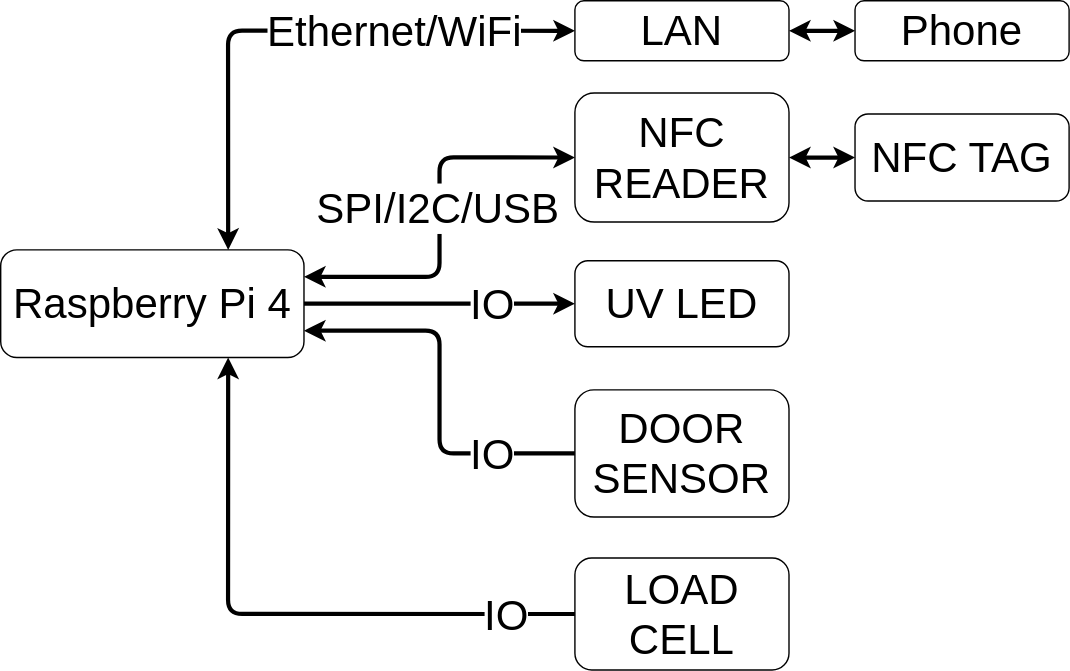
The draw.io diagram images/boxofhope_systemdiagram.svg in iwishiwasaneagle/boxofhope, before a commit. Source tidied: cells renumbered, new cells last; positions are measured from the earlier drawing's top-left corner, leaving out a move shared by most shapes.
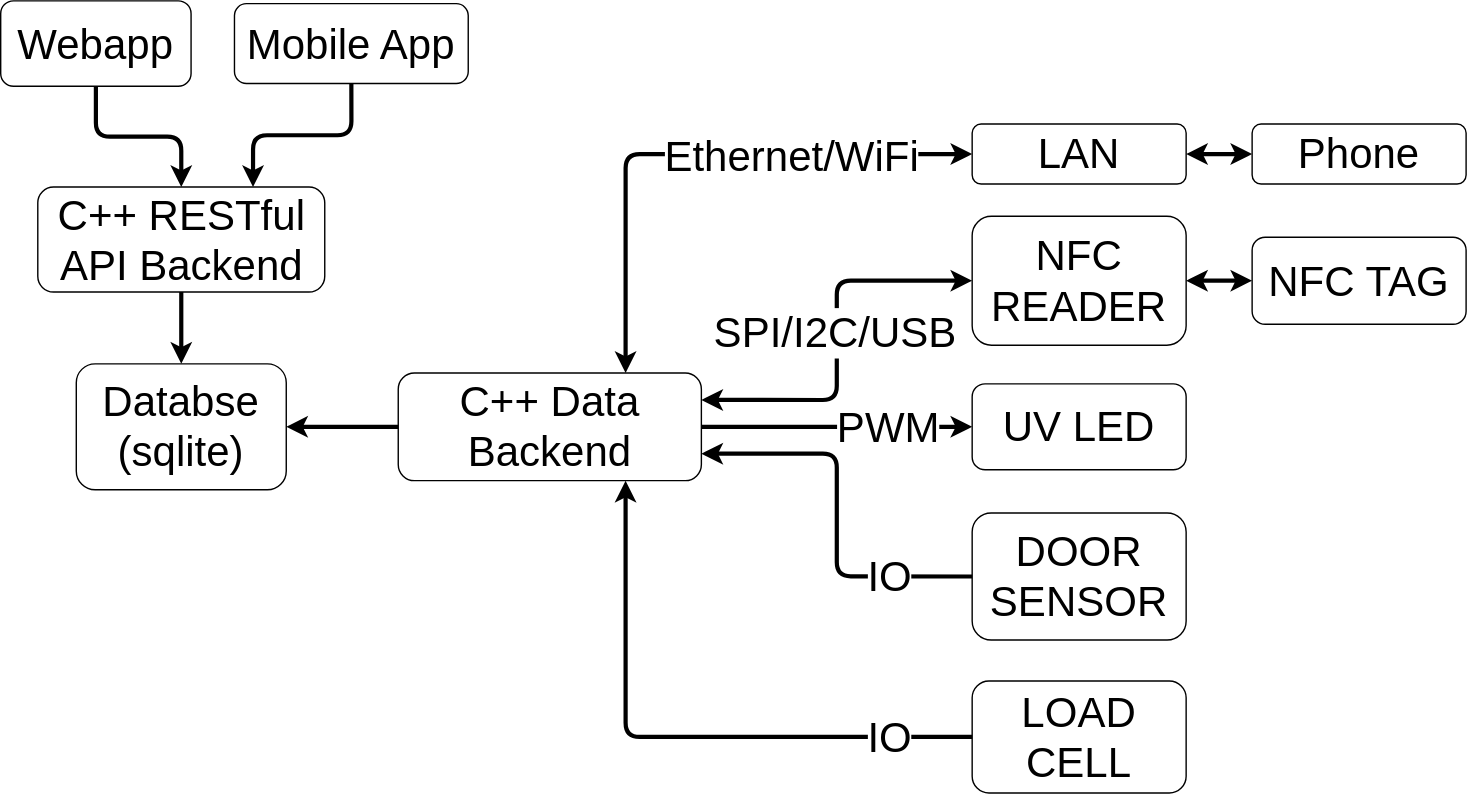
After the commit.

Commit message:
Updated with broader system diagram

What changed in the source:
```diff
@@ -2,73 +2,105 @@
   <root>
     <mxCell id="0" />
     <mxCell id="1" parent="0" />
+    <mxCell id="22" style="group;rounded=1;" parent="1" vertex="1">
+      <mxGeometry x="1230" y="120" width="762.9" height="477.9" as="geometry" />
+    </mxCell>
-    <mxCell id="2" value="Raspberry Pi 4" style="whiteSpace=wrap;html=1;rounded=1;shadow=0;fontSize=30;fontStyle=0;" parent="1" vertex="1">
+    <mxCell id="2" value="C++ Data Backend" style="whiteSpace=wrap;html=1;shadow=0;fontSize=30;fontStyle=0;rounded=1;" parent="22" vertex="1">
       <mxGeometry y="177.9" width="216.6" height="76.9" as="geometry" />
     </mxCell>
-    <mxCell id="3" value="LAN" style="whiteSpace=wrap;html=1;rounded=1;shadow=0;fontSize=30;fontStyle=0;" parent="1" vertex="1">
+    <mxCell id="3" value="LAN" style="whiteSpace=wrap;html=1;shadow=0;fontSize=30;fontStyle=0;rounded=1;" parent="22" vertex="1">
       <mxGeometry x="410" width="152.9" height="42.9" as="geometry" />
     </mxCell>
-    <mxCell id="4" style="edgeStyle=orthogonalEdgeStyle;jettySize=auto;html=1;exitX=0.75;exitY=0;exitDx=0;exitDy=0;entryX=0;entryY=0.5;entryDx=0;entryDy=0;startArrow=classic;startFill=1;shadow=0;strokeWidth=3;" parent="1" edge="1" source="2" target="3">
+    <mxCell id="4" style="edgeStyle=orthogonalEdgeStyle;jettySize=auto;html=1;exitX=0.75;exitY=0;exitDx=0;exitDy=0;entryX=0;entryY=0.5;entryDx=0;entryDy=0;startArrow=classic;startFill=1;shadow=0;strokeWidth=3;" parent="22" edge="1" source="2" target="3">
       <mxGeometry y="-382.1" as="geometry" />
     </mxCell>
-    <mxCell id="5" value="Ethernet/WiFi" style="edgeLabel;html=1;align=center;verticalAlign=middle;rounded=1;shadow=0;fontSize=30;" parent="4" vertex="1">
+    <mxCell id="5" value="Ethernet/WiFi" style="edgeLabel;html=1;align=center;verticalAlign=middle;shadow=0;fontSize=30;rounded=1;" parent="4" vertex="1">
       <mxGeometry x="-0.27" y="1" relative="1" as="geometry">
         <mxPoint x="118.7" y="-8.1" as="offset" />
       </mxGeometry>
     </mxCell>
-    <mxCell id="6" value="Phone" style="whiteSpace=wrap;html=1;rounded=1;shadow=0;fontSize=30;fontStyle=0;" parent="1" vertex="1">
+    <mxCell id="6" value="Phone" style="whiteSpace=wrap;html=1;shadow=0;fontSize=30;fontStyle=0;rounded=1;" parent="22" vertex="1">
       <mxGeometry x="610" width="152.9" height="42.9" as="geometry" />
     </mxCell>
-    <mxCell id="7" style="edgeStyle=orthogonalEdgeStyle;jettySize=auto;html=1;exitX=1;exitY=0.5;exitDx=0;exitDy=0;entryX=0;entryY=0.5;entryDx=0;entryDy=0;startArrow=classic;startFill=1;shadow=0;strokeWidth=3;" parent="1" edge="1" source="3" target="6">
+    <mxCell id="7" style="edgeStyle=orthogonalEdgeStyle;jettySize=auto;html=1;exitX=1;exitY=0.5;exitDx=0;exitDy=0;entryX=0;entryY=0.5;entryDx=0;entryDy=0;startArrow=classic;startFill=1;shadow=0;strokeWidth=3;" parent="22" edge="1" source="3" target="6">
       <mxGeometry y="-382.1" as="geometry" />
     </mxCell>
-    <mxCell id="8" value="&lt;div style=&quot;font-size: 30px;&quot;&gt;NFC READER&lt;/div&gt;" style="whiteSpace=wrap;html=1;rounded=1;shadow=0;fontSize=30;fontStyle=0;" parent="1" vertex="1">
+    <mxCell id="8" value="&lt;div style=&quot;font-size: 30px;&quot;&gt;NFC READER&lt;/div&gt;" style="whiteSpace=wrap;html=1;shadow=0;fontSize=30;fontStyle=0;rounded=1;" parent="22" vertex="1">
       <mxGeometry x="410" y="65.9" width="152.9" height="92.1" as="geometry" />
     </mxCell>
-    <mxCell id="9" style="edgeStyle=orthogonalEdgeStyle;jettySize=auto;html=1;exitX=1;exitY=0.25;exitDx=0;exitDy=0;entryX=0;entryY=0.5;entryDx=0;entryDy=0;startArrow=classic;startFill=1;shadow=0;strokeWidth=3;" parent="1" edge="1" source="2" target="8">
+    <mxCell id="9" style="edgeStyle=orthogonalEdgeStyle;jettySize=auto;html=1;exitX=1;exitY=0.25;exitDx=0;exitDy=0;entryX=0;entryY=0.5;entryDx=0;entryDy=0;startArrow=classic;startFill=1;shadow=0;strokeWidth=3;" parent="22" edge="1" source="2" target="8">
       <mxGeometry y="-382.1" as="geometry" />
     </mxCell>
-    <mxCell id="10" value="SPI/I2C/USB" style="edgeLabel;html=1;align=center;verticalAlign=middle;rounded=1;shadow=0;fontSize=30;" parent="9" vertex="1">
+    <mxCell id="10" value="SPI/I2C/USB" style="edgeLabel;html=1;align=center;verticalAlign=middle;shadow=0;fontSize=30;rounded=1;" parent="9" vertex="1">
       <mxGeometry x="0.05" y="2" relative="1" as="geometry" />
     </mxCell>
-    <mxCell id="11" value="NFC TAG" style="whiteSpace=wrap;html=1;rounded=1;shadow=0;fontSize=30;fontStyle=0;" parent="1" vertex="1">
+    <mxCell id="11" value="NFC TAG" style="whiteSpace=wrap;html=1;shadow=0;fontSize=30;fontStyle=0;rounded=1;" parent="22" vertex="1">
       <mxGeometry x="610" y="80.9" width="152.9" height="62.1" as="geometry" />
     </mxCell>
-    <mxCell id="12" style="edgeStyle=orthogonalEdgeStyle;jettySize=auto;html=1;exitX=1;exitY=0.5;exitDx=0;exitDy=0;entryX=0;entryY=0.5;entryDx=0;entryDy=0;startArrow=classic;startFill=1;shadow=0;strokeWidth=3;" parent="1" edge="1" source="8" target="11">
+    <mxCell id="12" style="edgeStyle=orthogonalEdgeStyle;jettySize=auto;html=1;exitX=1;exitY=0.5;exitDx=0;exitDy=0;entryX=0;entryY=0.5;entryDx=0;entryDy=0;startArrow=classic;startFill=1;shadow=0;strokeWidth=3;" parent="22" edge="1" source="8" target="11">
       <mxGeometry y="-382.1" as="geometry" />
     </mxCell>
-    <mxCell id="13" value="UV LED" style="whiteSpace=wrap;html=1;rounded=1;shadow=0;fontSize=30;fontStyle=0;" parent="1" vertex="1">
+    <mxCell id="13" value="UV LED" style="whiteSpace=wrap;html=1;shadow=0;fontSize=30;fontStyle=0;rounded=1;" parent="22" vertex="1">
       <mxGeometry x="410" y="185.6" width="152.9" height="61.4" as="geometry" />
     </mxCell>
-    <mxCell id="14" style="edgeStyle=orthogonalEdgeStyle;jettySize=auto;html=1;exitX=1;exitY=0.5;exitDx=0;exitDy=0;entryX=0;entryY=0.5;entryDx=0;entryDy=0;startArrow=none;startFill=0;shadow=0;strokeWidth=3;" parent="1" edge="1" source="2" target="13">
-      <mxGeometry y="-382.1" as="geometry" />
+    <mxCell id="14" style="edgeStyle=orthogonalEdgeStyle;jettySize=auto;html=1;exitX=1;exitY=0.5;exitDx=0;exitDy=0;entryX=0;entryY=0.5;entryDx=0;entryDy=0;startArrow=none;startFill=0;shadow=0;strokeWidth=3;" parent="22" edge="1" source="2" target="13">
+      <mxGeometry y="-382.1" as="geometry">
+        <Array as="points">
+          <mxPoint x="270" y="216" />
+          <mxPoint x="270" y="216" />
+        </Array>
+      </mxGeometry>
     </mxCell>
-    <mxCell id="15" value="IO" style="edgeLabel;html=1;align=center;verticalAlign=middle;rounded=1;shadow=0;fontSize=30;" parent="14" vertex="1">
+    <mxCell id="15" value="PWM" style="edgeLabel;html=1;align=center;verticalAlign=middle;shadow=0;fontSize=30;rounded=1;" parent="14" vertex="1">
       <mxGeometry x="-0.14" y="-1" relative="1" as="geometry">
         <mxPoint x="50.1" y="-1.1" as="offset" />
       </mxGeometry>
     </mxCell>
-    <mxCell id="16" value="DOOR SENSOR" style="whiteSpace=wrap;html=1;rounded=1;shadow=0;fontSize=30;fontStyle=0;" parent="1" vertex="1">
+    <mxCell id="16" value="DOOR SENSOR" style="whiteSpace=wrap;html=1;shadow=0;fontSize=30;fontStyle=0;rounded=1;" parent="22" vertex="1">
       <mxGeometry x="410" y="277.9" width="152.9" height="90.7" as="geometry" />
     </mxCell>
-    <mxCell id="17" style="edgeStyle=orthogonalEdgeStyle;jettySize=auto;html=1;exitX=1;exitY=0.75;exitDx=0;exitDy=0;entryX=0;entryY=0.5;entryDx=0;entryDy=0;startArrow=classic;startFill=1;endArrow=none;endFill=0;shadow=0;strokeWidth=3;" parent="1" edge="1" source="2" target="16">
+    <mxCell id="17" style="edgeStyle=orthogonalEdgeStyle;jettySize=auto;html=1;exitX=1;exitY=0.75;exitDx=0;exitDy=0;entryX=0;entryY=0.5;entryDx=0;entryDy=0;startArrow=classic;startFill=1;endArrow=none;endFill=0;shadow=0;strokeWidth=3;" parent="22" edge="1" source="2" target="16">
       <mxGeometry y="-382.1" as="geometry" />
     </mxCell>
-    <mxCell id="18" value="IO" style="edgeLabel;html=1;align=center;verticalAlign=middle;rounded=1;shadow=0;fontSize=30;" parent="17" vertex="1">
+    <mxCell id="18" value="IO" style="edgeLabel;html=1;align=center;verticalAlign=middle;shadow=0;fontSize=30;rounded=1;" parent="17" vertex="1">
       <mxGeometry x="-0.11" relative="1" as="geometry">
         <mxPoint x="36.7" y="59.5" as="offset" />
       </mxGeometry>
     </mxCell>
-    <mxCell id="19" value="LOAD CELL" style="whiteSpace=wrap;html=1;rounded=1;shadow=0;fontSize=30;fontStyle=0;" parent="1" vertex="1">
+    <mxCell id="19" value="LOAD CELL" style="whiteSpace=wrap;html=1;shadow=0;fontSize=30;fontStyle=0;rounded=1;" parent="22" vertex="1">
       <mxGeometry x="410" y="397.9" width="152.9" height="80" as="geometry" />
     </mxCell>
-    <mxCell id="20" style="edgeStyle=orthogonalEdgeStyle;jettySize=auto;html=1;exitX=0.75;exitY=1;exitDx=0;exitDy=0;entryX=0;entryY=0.5;entryDx=0;entryDy=0;startArrow=classic;startFill=1;endArrow=none;endFill=0;shadow=0;strokeWidth=3;" parent="1" edge="1" source="2" target="19">
+    <mxCell id="20" style="edgeStyle=orthogonalEdgeStyle;jettySize=auto;html=1;exitX=0.75;exitY=1;exitDx=0;exitDy=0;entryX=0;entryY=0.5;entryDx=0;entryDy=0;startArrow=classic;startFill=1;endArrow=none;endFill=0;shadow=0;strokeWidth=3;" parent="22" edge="1" source="2" target="19">
       <mxGeometry y="-382.1" as="geometry" />
     </mxCell>
-    <mxCell id="21" value="&lt;div style=&quot;font-size: 30px;&quot;&gt;IO&lt;/div&gt;" style="edgeLabel;html=1;align=center;verticalAlign=middle;rounded=1;shadow=0;fontSize=30;" parent="20" vertex="1">
+    <mxCell id="21" value="&lt;div style=&quot;font-size: 30px;&quot;&gt;IO&lt;/div&gt;" style="edgeLabel;html=1;align=center;verticalAlign=middle;shadow=0;fontSize=30;rounded=1;" parent="20" vertex="1">
       <mxGeometry x="-0.39" y="-2" relative="1" as="geometry">
-        <mxPoint x="199.6" y="51.4" as="offset" />
+        <mxPoint x="189.6" y="51.4" as="offset" />
       </mxGeometry>
     </mxCell>
+    <mxCell id="23" value="&lt;div style=&quot;font-size: 30px&quot;&gt;&lt;font style=&quot;font-size: 30px&quot;&gt;Databse&lt;/font&gt;&lt;/div&gt;&lt;div style=&quot;font-size: 30px&quot;&gt;&lt;font style=&quot;font-size: 30px&quot;&gt;(sqlite)&lt;br&gt;&lt;/font&gt;&lt;/div&gt;" style="whiteSpace=wrap;html=1;rounded=1;" parent="1" vertex="1">
+      <mxGeometry x="1000" y="291.3" width="150" height="90" as="geometry" />
+    </mxCell>
+    <mxCell id="24" style="edgeStyle=orthogonalEdgeStyle;jettySize=auto;html=1;exitX=0;exitY=0.5;exitDx=0;exitDy=0;strokeWidth=3;" parent="1" edge="1" source="2" target="23">
+      <mxGeometry relative="1" as="geometry" />
+    </mxCell>
+    <mxCell id="25" style="edgeStyle=orthogonalEdgeStyle;jettySize=auto;html=1;exitX=0.5;exitY=1;exitDx=0;exitDy=0;strokeWidth=3;" parent="1" edge="1" source="26" target="23">
+      <mxGeometry relative="1" as="geometry" />
+    </mxCell>
+    <mxCell id="26" value="&lt;div style=&quot;font-size: 30px&quot;&gt;&lt;font style=&quot;font-size: 30px&quot;&gt;C++ RESTful API Backend&lt;br&gt;&lt;/font&gt;&lt;/div&gt;" style="whiteSpace=wrap;html=1;rounded=1;" parent="1" vertex="1">
+      <mxGeometry x="972.5" y="165" width="205" height="75" as="geometry" />
+    </mxCell>
+    <mxCell id="27" style="edgeStyle=orthogonalEdgeStyle;jettySize=auto;html=1;exitX=0.5;exitY=1;exitDx=0;exitDy=0;entryX=0.5;entryY=0;entryDx=0;entryDy=0;strokeWidth=3;" parent="1" edge="1" source="28" target="26">
+      <mxGeometry relative="1" as="geometry" />
+    </mxCell>
+    <mxCell id="28" value="&lt;font style=&quot;font-size: 30px&quot;&gt;Webapp&lt;/font&gt;" style="whiteSpace=wrap;html=1;rounded=1;" parent="1" vertex="1">
+      <mxGeometry x="946" y="32" width="136" height="61" as="geometry" />
+    </mxCell>
+    <mxCell id="29" style="edgeStyle=orthogonalEdgeStyle;jettySize=auto;html=1;exitX=0.5;exitY=1;exitDx=0;exitDy=0;entryX=0.75;entryY=0;entryDx=0;entryDy=0;strokeWidth=3;" parent="1" edge="1" source="30" target="26">
+      <mxGeometry relative="1" as="geometry" />
+    </mxCell>
+    <mxCell id="30" value="&lt;font style=&quot;font-size: 30px&quot;&gt;Mobile App&lt;/font&gt;" style="whiteSpace=wrap;html=1;rounded=1;" parent="1" vertex="1">
+      <mxGeometry x="1113" y="34" width="167" height="57" as="geometry" />
+    </mxCell>
   </root>
 </mxGraphModel>
```
